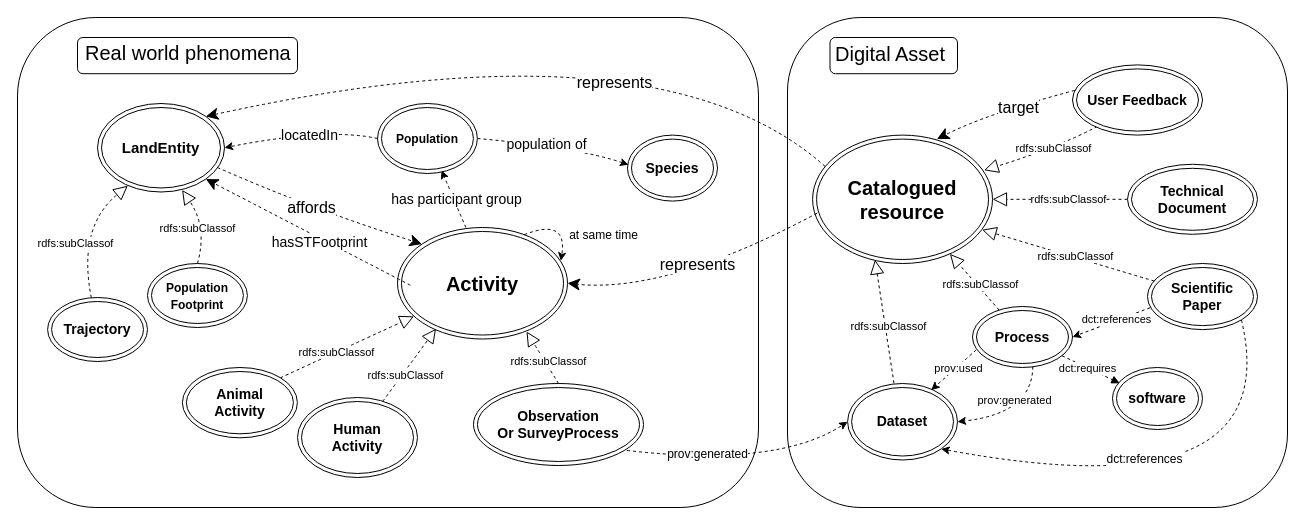
Earlier version of the draw.io diagram page "figure 2" (3 of 6) of docs/diagrams/model_KG_article_long.drawio (IntForOut/outdoorPressure). Source tidied: cells renumbered, new cells numbered last; positions are measured from the earlier drawing's top-left corner, leaving out a move shared by most shapes. Both pictures are drawn from the tidied source at 100%, with x=0, y=0 at pixel (17, 17).
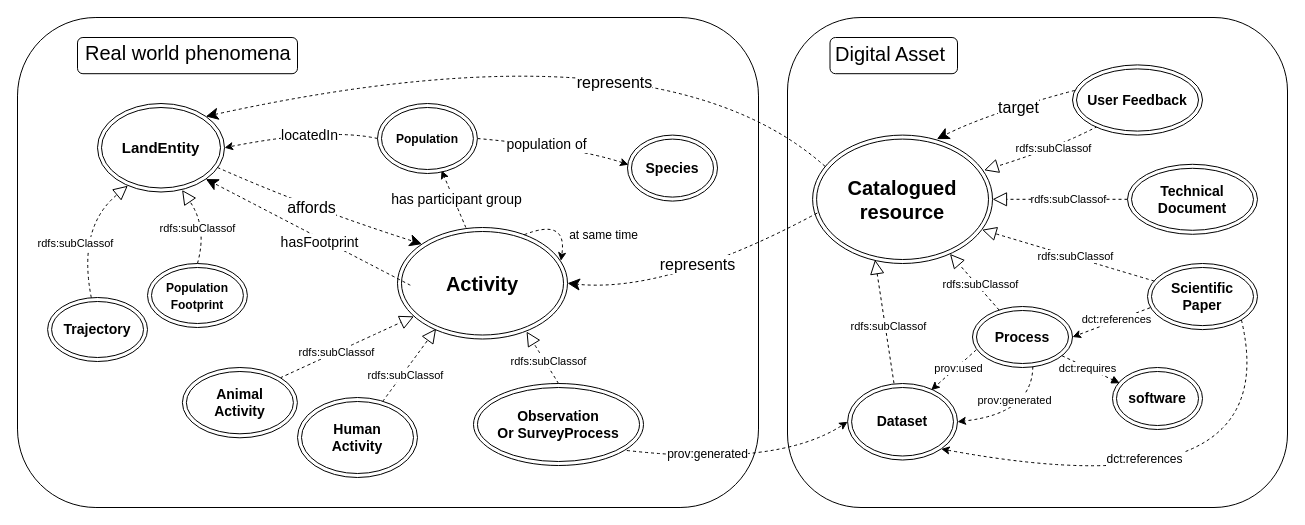
The same page after the edit.

The change refers to these unchanged cells:
```xml
<mxCell id="69" style="edgeStyle=none;html=1;entryX=1;entryY=1;entryDx=0;entryDy=0;dashed=1;rounded=0;curved=1;exitX=0.007;exitY=0.402;exitDx=0;exitDy=0;exitPerimeter=0;endSize=10;" parent="1" edge="1" target="16">
  <mxGeometry relative="1" as="geometry">
    <mxPoint x="392.8" y="267.7" as="sourcePoint" />
  </mxGeometry>
</mxCell>
```

What changed in the source:
```diff
@@
-    <mxCell id="70" value="&lt;font style=&quot;font-size: 14px;&quot;&gt;hasSTFootprint&lt;/font&gt;" style="edgeLabel;html=1;align=center;verticalAlign=middle;" parent="69" vertex="1">
+    <mxCell id="70" value="&lt;font style=&quot;font-size: 14px;&quot;&gt;hasFootprint&lt;/font&gt;" style="edgeLabel;html=1;align=center;verticalAlign=middle;" parent="69" vertex="1">
       <mxGeometry x="-0.14" y="-1" relative="1" as="geometry">
         <mxPoint x="-4" y="3" as="offset" />
       </mxGeometry>
     </mxCell>
```
